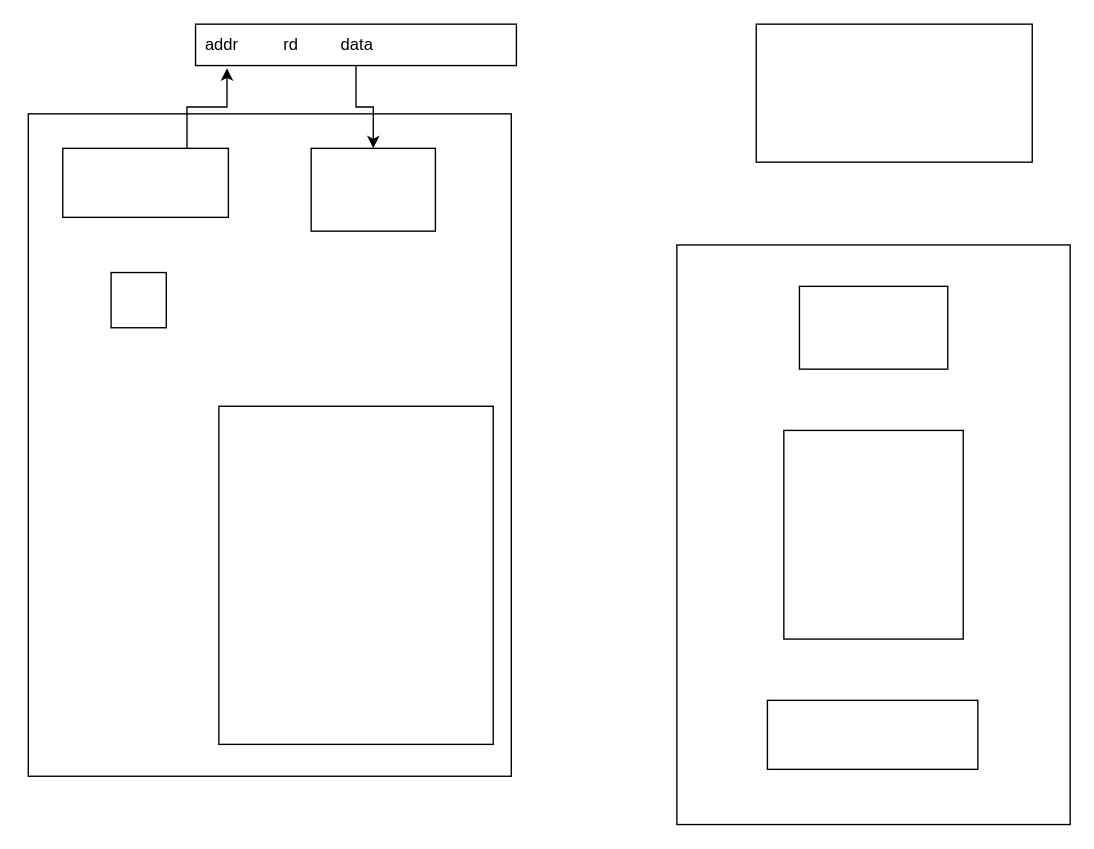
Before: datapath.drawio in mclarafreitas/Circuitos-Digitais, a draw.io diagram. Source tidied: cells renumbered, new cells numbered last; positions are measured from the earlier drawing's top-left corner, leaving out a move shared by most shapes. Both pictures are drawn from the tidied source at 138%, with x=0, y=0 at pixel (-62, 23).
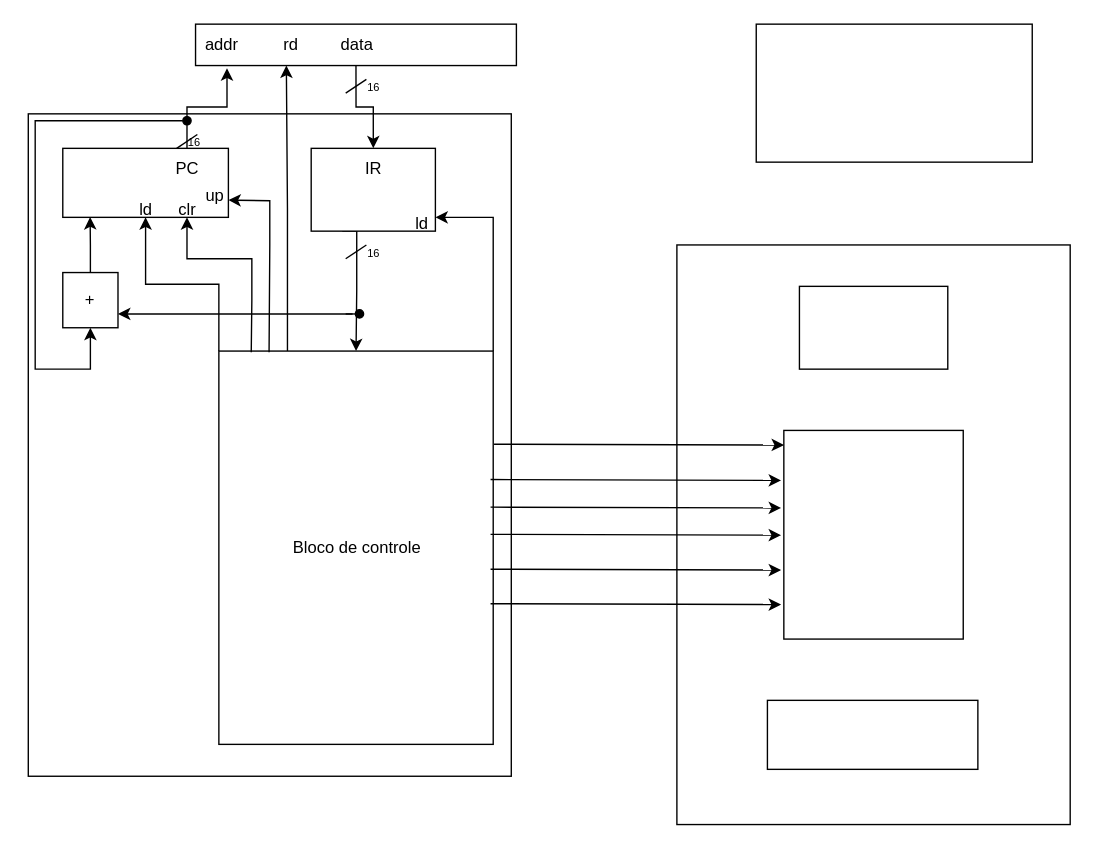
The same page after the edit.

The change refers to these unchanged cells:
```xml
<mxCell id="7" style="rounded=0;whiteSpace=wrap;html=1;" parent="1" vertex="1">
  <mxGeometry x="90" y="90" width="120" height="50" as="geometry" />
</mxCell>
<mxCell id="8" style="rounded=0;whiteSpace=wrap;html=1;" parent="1" vertex="1">
  <mxGeometry x="270" y="90" width="90" height="60" as="geometry" />
</mxCell>
<mxCell id="13" style="rounded=0;whiteSpace=wrap;html=1;rotation=90;" parent="1" vertex="1">
  <mxGeometry x="601.9" y="305" width="151.2" height="130" as="geometry" />
</mxCell>
<mxCell id="17" value="rd" style="text;html=1;align=center;verticalAlign=middle;points=[];strokeColor=none;fillColor=none;" parent="1" vertex="1">
  <mxGeometry x="240" width="30" height="30" as="geometry" />
</mxCell>
```

Change to the diagram source:
```diff
@@
+    <mxCell id="18" style="edgeStyle=orthogonalEdgeStyle;rounded=0;jettySize=auto;html=1;exitX=0;exitY=0.75;exitDx=0;exitDy=0;entryX=0.4;entryY=1;entryDx=0;entryDy=0;entryPerimeter=0;" parent="1" edge="1" source="3" target="17">
+      <mxGeometry relative="1" as="geometry" />
+    </mxCell>
+    <mxCell id="19" style="edgeStyle=orthogonalEdgeStyle;rounded=0;jettySize=auto;html=1;exitX=0;exitY=1;exitDx=0;exitDy=0;entryX=0.5;entryY=1;entryDx=0;entryDy=0;" parent="1" edge="1" source="3" target="7">
+      <mxGeometry relative="1" as="geometry" />
+    </mxCell>
+    <mxCell id="20" style="edgeStyle=orthogonalEdgeStyle;rounded=0;jettySize=auto;html=1;exitX=0;exitY=0;exitDx=0;exitDy=0;" parent="1" edge="1" source="3">
+      <mxGeometry relative="1" as="geometry">
+        <mxPoint x="360" y="140" as="targetPoint" />
+        <Array as="points">
+          <mxPoint x="402" y="140" />
+        </Array>
+      </mxGeometry>
+    </mxCell>
     <mxCell id="3" style="rounded=0;whiteSpace=wrap;html=1;rotation=90;" parent="1" vertex="1">
-      <mxGeometry x="180" y="300" width="245" height="198.8" as="geometry" />
+      <mxGeometry x="160" y="280" width="285" height="198.8" as="geometry" />
     </mxCell>
@@
+    <mxCell id="21" style="edgeStyle=orthogonalEdgeStyle;rounded=0;jettySize=auto;html=1;exitX=0.25;exitY=1;exitDx=0;exitDy=0;entryX=0;entryY=0.5;entryDx=0;entryDy=0;" parent="1" edge="1" source="8" target="3">
+      <mxGeometry relative="1" as="geometry">
+        <Array as="points">
+          <mxPoint x="303" y="150" />
+          <mxPoint x="303" y="193" />
+          <mxPoint x="303" y="193" />
+        </Array>
+      </mxGeometry>
+    </mxCell>
@@
+    <mxCell id="22" style="edgeStyle=orthogonalEdgeStyle;rounded=0;jettySize=auto;html=1;exitX=0.5;exitY=0;exitDx=0;exitDy=0;entryX=0.165;entryY=0.996;entryDx=0;entryDy=0;entryPerimeter=0;" parent="1" edge="1" source="9" target="7">
+      <mxGeometry relative="1" as="geometry" />
+    </mxCell>
-    <mxCell id="9" style="whiteSpace=wrap;html=1;" parent="1" vertex="1">
-      <mxGeometry x="125" y="180" width="40" height="40" as="geometry" />
+    <mxCell id="9" value="+" style="whiteSpace=wrap;html=1;" parent="1" vertex="1">
+      <mxGeometry x="90" y="180" width="40" height="40" as="geometry" />
     </mxCell>
@@
+    <mxCell id="23" value="Bloco de controle" style="text;html=1;align=center;verticalAlign=middle;strokeColor=none;fillColor=none;" parent="1" vertex="1">
+      <mxGeometry x="242.5" y="365" width="120" height="30" as="geometry" />
+    </mxCell>
+    <mxCell id="24" value="PC" style="text;html=1;align=center;verticalAlign=middle;strokeColor=none;fillColor=none;" parent="1" vertex="1">
+      <mxGeometry x="160" y="90" width="40" height="30" as="geometry" />
+    </mxCell>
+    <mxCell id="25" value="ld" style="text;html=1;align=center;verticalAlign=middle;strokeColor=none;fillColor=none;" parent="1" vertex="1">
+      <mxGeometry x="135" y="120" width="30" height="30" as="geometry" />
+    </mxCell>
+    <mxCell id="26" value="clr" style="text;html=1;align=center;verticalAlign=middle;strokeColor=none;fillColor=none;" parent="1" vertex="1">
+      <mxGeometry x="160" y="120" width="40" height="30" as="geometry" />
+    </mxCell>
+    <mxCell id="27" style="endArrow=classic;html=1;rounded=0;entryX=1;entryY=0.75;entryDx=0;entryDy=0;exitX=0.003;exitY=0.817;exitDx=0;exitDy=0;exitPerimeter=0;" parent="1" edge="1" source="3" target="7">
+      <mxGeometry relative="1" as="geometry">
+        <Array as="points">
+          <mxPoint x="240" y="160" />
+          <mxPoint x="240" y="150" />
+          <mxPoint x="240" y="128" />
+        </Array>
+      </mxGeometry>
+    </mxCell>
+    <mxCell id="28" value="up" style="text;html=1;align=center;verticalAlign=middle;strokeColor=none;fillColor=none;" parent="1" vertex="1">
+      <mxGeometry x="180" y="110" width="40" height="30" as="geometry" />
+    </mxCell>
+    <mxCell id="29" style="endArrow=classic;html=1;rounded=0;entryX=0.75;entryY=1;entryDx=0;entryDy=0;exitX=0.003;exitY=0.882;exitDx=0;exitDy=0;exitPerimeter=0;" parent="1" edge="1" source="3" target="7">
+      <mxGeometry relative="1" as="geometry">
+        <Array as="points">
+          <mxPoint x="227" y="200" />
+          <mxPoint x="227" y="170" />
+          <mxPoint x="180" y="170" />
+        </Array>
+      </mxGeometry>
+    </mxCell>
+    <mxCell id="30" style="endArrow=classic;html=1;rounded=0;entryX=0.5;entryY=1;entryDx=0;entryDy=0;startArrow=oval;startFill=1;" parent="1" edge="1" target="9">
+      <mxGeometry relative="1" as="geometry">
+        <mxPoint x="180" y="70" as="sourcePoint" />
+        <Array as="points">
+          <mxPoint x="130" y="70" />
+          <mxPoint x="70" y="70" />
+          <mxPoint x="70" y="140" />
+          <mxPoint x="70" y="170" />
+          <mxPoint x="70" y="250" />
+          <mxPoint x="110" y="250" />
+        </Array>
+      </mxGeometry>
+    </mxCell>
+    <mxCell id="31" style="endArrow=none;html=1;rounded=0;" parent="1" edge="1">
+      <mxGeometry relative="1" as="geometry">
+        <mxPoint x="172.5" y="90" as="sourcePoint" />
+        <mxPoint x="187.5" y="80" as="targetPoint" />
+      </mxGeometry>
+    </mxCell>
+    <mxCell id="32" value="&lt;font style=&quot;font-size: 8px;&quot;&gt;16&lt;/font&gt;" style="text;html=1;align=center;verticalAlign=middle;strokeColor=none;fillColor=none;" parent="1" vertex="1">
+      <mxGeometry x="170" y="70" width="30" height="30" as="geometry" />
+    </mxCell>
+    <mxCell id="33" value="IR" style="text;html=1;align=center;verticalAlign=middle;strokeColor=none;fillColor=none;" parent="1" vertex="1">
+      <mxGeometry x="295" y="90" width="40" height="30" as="geometry" />
+    </mxCell>
+    <mxCell id="34" value="ld" style="text;html=1;align=center;verticalAlign=middle;strokeColor=none;fillColor=none;" parent="1" vertex="1">
+      <mxGeometry x="335" y="130" width="30" height="30" as="geometry" />
+    </mxCell>
+    <mxCell id="35" style="endArrow=none;html=1;rounded=0;" parent="1" edge="1">
+      <mxGeometry relative="1" as="geometry">
+        <mxPoint x="295" y="170" as="sourcePoint" />
+        <mxPoint x="310" y="160" as="targetPoint" />
+      </mxGeometry>
+    </mxCell>
+    <mxCell id="36" value="&lt;font style=&quot;font-size: 8px;&quot;&gt;16&lt;/font&gt;" style="text;html=1;align=center;verticalAlign=middle;strokeColor=none;fillColor=none;" parent="1" vertex="1">
+      <mxGeometry x="300" y="150" width="30" height="30" as="geometry" />
+    </mxCell>
+    <mxCell id="37" style="endArrow=none;html=1;rounded=0;" parent="1" edge="1">
+      <mxGeometry relative="1" as="geometry">
+        <mxPoint x="295" y="50" as="sourcePoint" />
+        <mxPoint x="310" y="40" as="targetPoint" />
+      </mxGeometry>
+    </mxCell>
+    <mxCell id="38" value="&lt;font style=&quot;font-size: 8px;&quot;&gt;16&lt;/font&gt;" style="text;html=1;align=center;verticalAlign=middle;strokeColor=none;fillColor=none;" parent="1" vertex="1">
+      <mxGeometry x="300" y="30" width="30" height="30" as="geometry" />
+    </mxCell>
+    <mxCell id="39" style="endArrow=classic;html=1;rounded=0;entryX=1;entryY=0.75;entryDx=0;entryDy=0;" parent="1" edge="1" target="9">
+      <mxGeometry relative="1" as="geometry">
+        <mxPoint x="300" y="210" as="sourcePoint" />
+        <Array as="points">
+          <mxPoint x="260" y="210" />
+          <mxPoint x="220" y="210" />
+        </Array>
+      </mxGeometry>
+    </mxCell>
+    <mxCell id="40" style="endArrow=oval;html=1;rounded=0;endFill=1;" parent="1" edge="1">
+      <mxGeometry relative="1" as="geometry">
+        <mxPoint x="295" y="210" as="sourcePoint" />
+        <mxPoint x="305" y="210" as="targetPoint" />
+      </mxGeometry>
+    </mxCell>
+    <mxCell id="41" style="endArrow=classic;html=1;rounded=0;entryX=0.07;entryY=0.999;entryDx=0;entryDy=0;entryPerimeter=0;" parent="1" edge="1" target="13">
+      <mxGeometry relative="1" as="geometry">
+        <mxPoint x="402.5" y="304.4" as="sourcePoint" />
+      </mxGeometry>
+    </mxCell>
+    <mxCell id="42" style="endArrow=classic;html=1;rounded=0;entryX=0.07;entryY=0.999;entryDx=0;entryDy=0;entryPerimeter=0;" parent="1" edge="1">
+      <mxGeometry relative="1" as="geometry">
+        <mxPoint x="400" y="330" as="sourcePoint" />
+        <mxPoint x="610.5" y="330.6" as="targetPoint" />
+      </mxGeometry>
+    </mxCell>
+    <mxCell id="43" style="endArrow=classic;html=1;rounded=0;entryX=0.07;entryY=0.999;entryDx=0;entryDy=0;entryPerimeter=0;" parent="1" edge="1">
+      <mxGeometry relative="1" as="geometry">
+        <mxPoint x="400" y="350" as="sourcePoint" />
+        <mxPoint x="610.5" y="350.6" as="targetPoint" />
+      </mxGeometry>
+    </mxCell>
+    <mxCell id="44" style="endArrow=classic;html=1;rounded=0;entryX=0.07;entryY=0.999;entryDx=0;entryDy=0;entryPerimeter=0;" parent="1" edge="1">
+      <mxGeometry relative="1" as="geometry">
+        <mxPoint x="400" y="369.7" as="sourcePoint" />
+        <mxPoint x="610.5" y="370.3" as="targetPoint" />
+      </mxGeometry>
+    </mxCell>
+    <mxCell id="45" style="endArrow=classic;html=1;rounded=0;entryX=0.07;entryY=0.999;entryDx=0;entryDy=0;entryPerimeter=0;" parent="1" edge="1">
+      <mxGeometry relative="1" as="geometry">
+        <mxPoint x="400" y="395" as="sourcePoint" />
+        <mxPoint x="610.5" y="395.6" as="targetPoint" />
+      </mxGeometry>
+    </mxCell>
+    <mxCell id="46" style="endArrow=classic;html=1;rounded=0;entryX=0.07;entryY=0.999;entryDx=0;entryDy=0;entryPerimeter=0;" parent="1" edge="1">
+      <mxGeometry relative="1" as="geometry">
+        <mxPoint x="400" y="420" as="sourcePoint" />
+        <mxPoint x="610.5" y="420.6" as="targetPoint" />
+      </mxGeometry>
+    </mxCell>
```
